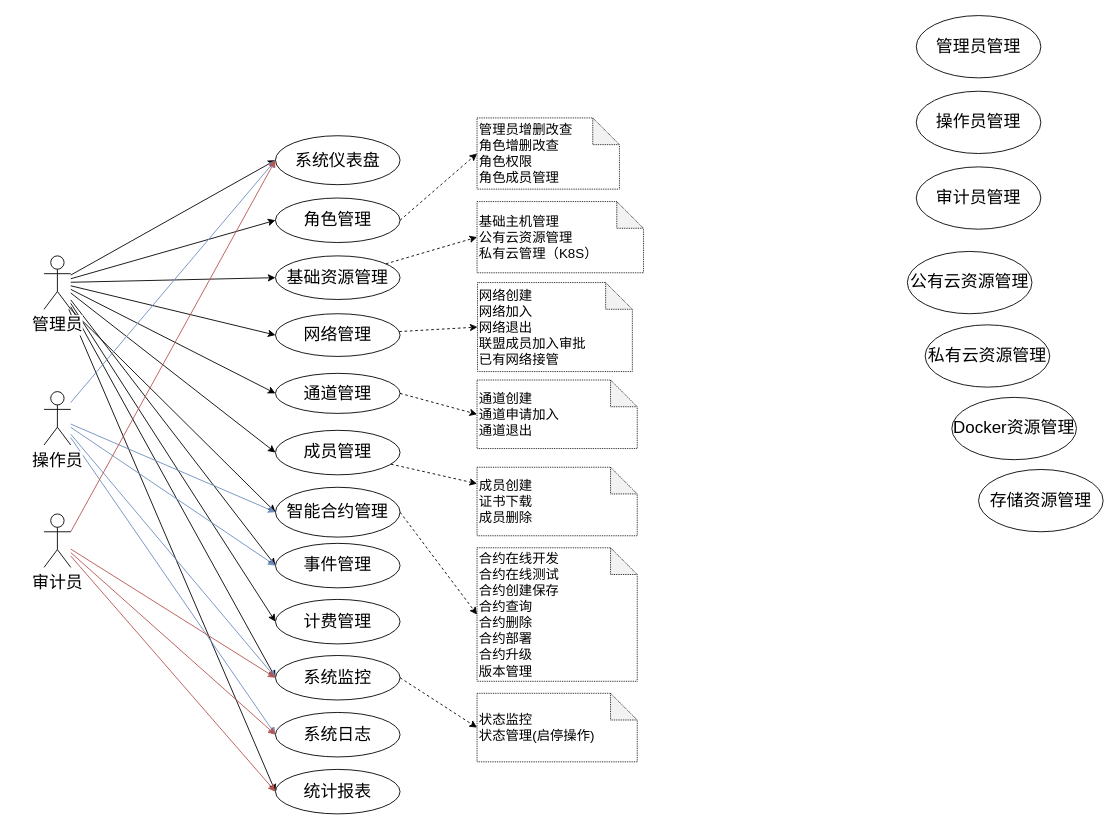
Earlier version of the draw.io diagram repository/drawio/postb/system use case.drawio (dilide/collections). Source tidied: cells renumbered, new cells numbered last; positions are measured from the earlier drawing's top-left corner, leaving out a move shared by most shapes. Both pictures are drawn from the tidied source at 89%, with x=0, y=0 at pixel (44, 15).
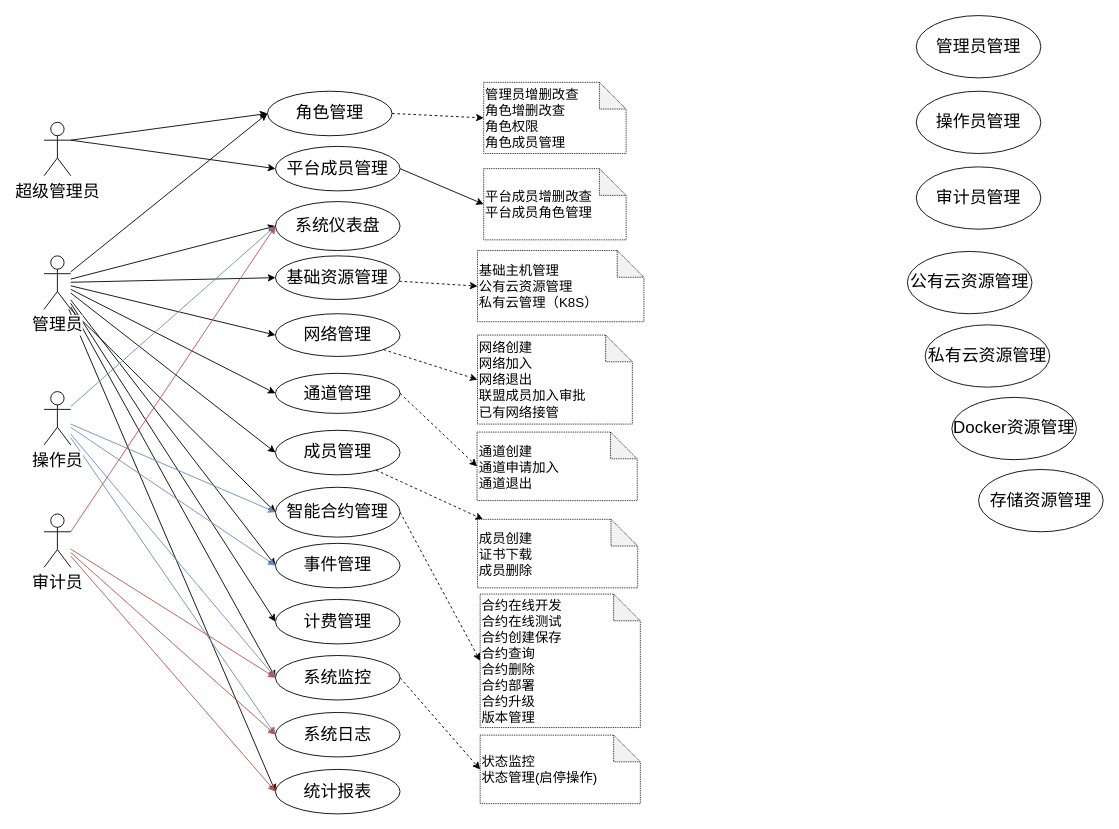
After the change.

Diff of the diagram source:
```diff
@@
     <mxCell id="19" value="角色管理" style="ellipse;whiteSpace=wrap;html=1;fontSize=19;" parent="1" vertex="1">
-      <mxGeometry x="260" y="205" width="140" height="50" as="geometry" />
+      <mxGeometry x="251" y="85" width="140" height="50" as="geometry" />
     </mxCell>
@@
     <mxCell id="40" value="系统仪表盘" style="ellipse;whiteSpace=wrap;html=1;fontSize=19;" parent="1" vertex="1">
-      <mxGeometry x="260" y="135" width="140" height="55" as="geometry" />
+      <mxGeometry x="260" y="209" width="140" height="55" as="geometry" />
     </mxCell>
@@
     <mxCell id="48" value="管理员增删改查&lt;br&gt;角色增删改查&lt;br style=&quot;font-size: 15px&quot;&gt;角色权限&lt;br&gt;角色成员管理&lt;br style=&quot;font-size: 15px&quot;&gt;" style="shape=note;whiteSpace=wrap;html=1;backgroundOutline=1;darkOpacity=0.05;fontSize=15;align=left;dashed=1;dashPattern=1 1;" parent="1" vertex="1">
-      <mxGeometry x="486.5" y="115" width="160" height="80" as="geometry" />
+      <mxGeometry x="494" y="75" width="160" height="80" as="geometry" />
     </mxCell>
     <mxCell id="49" value="基础主机管理&lt;br style=&quot;font-size: 15px;&quot;&gt;公有云资源管理&lt;br style=&quot;font-size: 15px;&quot;&gt;私有云管理（K8S）&lt;br style=&quot;font-size: 15px;&quot;&gt;" style="shape=note;whiteSpace=wrap;html=1;backgroundOutline=1;darkOpacity=0.05;fontSize=15;align=left;dashed=1;dashPattern=1 1;" parent="1" vertex="1">
-      <mxGeometry x="486.5" y="209" width="187" height="80" as="geometry" />
+      <mxGeometry x="487" y="264" width="187" height="80" as="geometry" />
     </mxCell>
@@
     <mxCell id="51" value="网络创建&lt;br&gt;网络加入&lt;br&gt;网络退出&lt;br&gt;联盟成员加入审批&lt;br&gt;已有网络接管&lt;br style=&quot;font-size: 15px&quot;&gt;" style="shape=note;whiteSpace=wrap;html=1;backgroundOutline=1;darkOpacity=0.05;fontSize=15;align=left;dashed=1;dashPattern=1 1;" parent="1" vertex="1">
-      <mxGeometry x="487" y="300" width="174" height="100" as="geometry" />
+      <mxGeometry x="487" y="359" width="174" height="100" as="geometry" />
     </mxCell>
     <mxCell id="52" value="通道创建&lt;br&gt;通道申请加入&lt;br&gt;通道退出&lt;br style=&quot;font-size: 15px&quot;&gt;" style="shape=note;whiteSpace=wrap;html=1;backgroundOutline=1;darkOpacity=0.05;fontSize=15;align=left;dashed=1;dashPattern=1 1;" parent="1" vertex="1">
-      <mxGeometry x="486.5" y="409.5" width="180" height="77" as="geometry" />
+      <mxGeometry x="486.5" y="468" width="180" height="77" as="geometry" />
     </mxCell>
     <mxCell id="53" value="成员创建&lt;br&gt;证书下载&lt;br&gt;成员删除&lt;br style=&quot;font-size: 15px&quot;&gt;" style="shape=note;whiteSpace=wrap;html=1;backgroundOutline=1;darkOpacity=0.05;fontSize=15;align=left;dashed=1;dashPattern=1 1;" parent="1" vertex="1">
-      <mxGeometry x="486.5" y="507.5" width="180" height="77" as="geometry" />
+      <mxGeometry x="487" y="566" width="180" height="77" as="geometry" />
     </mxCell>
     <mxCell id="54" value="合约在线开发&lt;br&gt;合约在线测试&lt;br&gt;合约创建保存&lt;br&gt;合约查询&lt;br&gt;合约删除&lt;br&gt;合约部署&lt;br&gt;合约升级&lt;br&gt;版本管理&lt;br style=&quot;font-size: 15px&quot;&gt;" style="shape=note;whiteSpace=wrap;html=1;backgroundOutline=1;darkOpacity=0.05;fontSize=15;align=left;dashed=1;dashPattern=1 1;" parent="1" vertex="1">
-      <mxGeometry x="486.5" y="598" width="180" height="150" as="geometry" />
+      <mxGeometry x="490" y="650" width="180" height="150" as="geometry" />
     </mxCell>
     <mxCell id="55" value="状态监控&lt;br&gt;状态管理(启停操作)&lt;br style=&quot;font-size: 15px&quot;&gt;" style="shape=note;whiteSpace=wrap;html=1;backgroundOutline=1;darkOpacity=0.05;fontSize=15;align=left;dashed=1;dashPattern=1 1;" parent="1" vertex="1">
-      <mxGeometry x="486.5" y="761.5" width="180" height="77" as="geometry" />
+      <mxGeometry x="490" y="808.5" width="180" height="77" as="geometry" />
     </mxCell>
@@
+    <mxCell id="58" value="超级管理员&lt;br style=&quot;font-size: 19px&quot;&gt;" style="shape=umlActor;verticalLabelPosition=bottom;labelBackgroundColor=#ffffff;verticalAlign=top;html=1;fontSize=19;" parent="1" vertex="1">
+      <mxGeometry y="120" width="30" height="60" as="geometry" />
+    </mxCell>
+    <mxCell id="59" value="平台成员管理" style="ellipse;whiteSpace=wrap;html=1;fontSize=19;" parent="1" vertex="1">
+      <mxGeometry x="260" y="147" width="140" height="50" as="geometry" />
+    </mxCell>
+    <mxCell id="60" style="endArrow=classic;html=1;fontSize=12;exitX=1;exitY=0.3333333333333333;exitDx=0;exitDy=0;exitPerimeter=0;entryX=0;entryY=0.5;entryDx=0;entryDy=0;" parent="1" edge="1" source="58" target="19">
+      <mxGeometry relative="1" as="geometry" />
+    </mxCell>
+    <mxCell id="61" style="endArrow=classic;html=1;fontSize=12;exitX=1;exitY=0.3333333333333333;exitDx=0;exitDy=0;exitPerimeter=0;entryX=0;entryY=0.5;entryDx=0;entryDy=0;" parent="1" edge="1" source="58" target="59">
+      <mxGeometry relative="1" as="geometry" />
+    </mxCell>
+    <mxCell id="62" value="平台成员增删改查&lt;br&gt;平台成员角色管理&lt;br style=&quot;font-size: 15px&quot;&gt;" style="shape=note;whiteSpace=wrap;html=1;backgroundOutline=1;darkOpacity=0.05;fontSize=15;align=left;dashed=1;dashPattern=1 1;" parent="1" vertex="1">
+      <mxGeometry x="494" y="172" width="160" height="80" as="geometry" />
+    </mxCell>
+    <mxCell id="63" style="endArrow=classic;html=1;fontSize=12;exitX=1;exitY=0.5;exitDx=0;exitDy=0;entryX=0;entryY=0.5;entryDx=0;entryDy=0;entryPerimeter=0;" parent="1" edge="1" source="59" target="62">
+      <mxGeometry relative="1" as="geometry" />
+    </mxCell>
```
